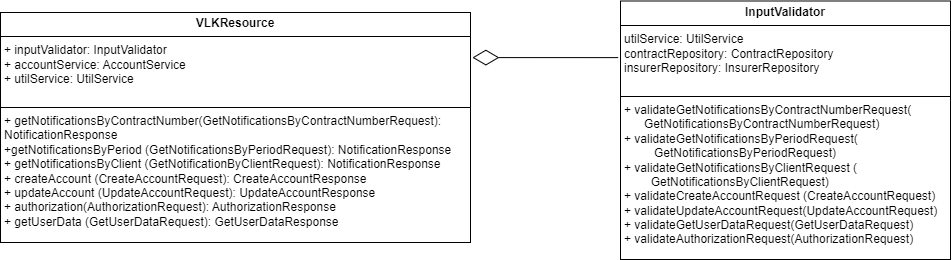
Earlier version of the draw.io export src/main/resources/documentation/Детальная диаграмма классов пакета resource.drawio.png (VladBaton/vlk). Source tidied: cells renumbered, new cells last; positions are measured from the earlier drawing's top-left corner, leaving out a move shared by most shapes.
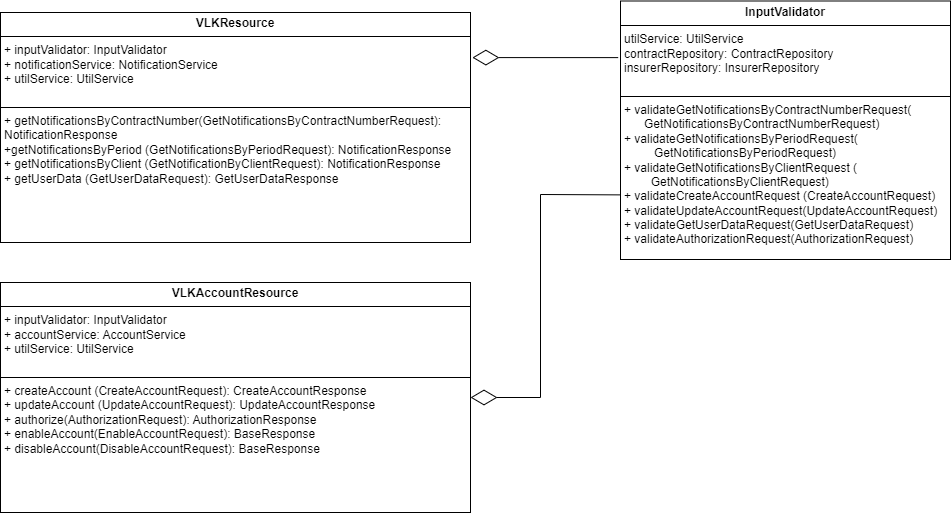
Later version of the same file.

Change to the diagram source:
```diff
@@ -5,11 +5,22 @@
     <mxCell id="2" style="endArrow=diamondThin;endFill=0;endSize=24;html=1;rounded=0;entryX=1.004;entryY=0.196;entryDx=0;entryDy=0;entryPerimeter=0;exitX=-0.007;exitY=0.219;exitDx=0;exitDy=0;exitPerimeter=0;" parent="1" edge="1" source="4" target="3">
       <mxGeometry relative="1" as="geometry" />
     </mxCell>
-    <mxCell id="3" value="&lt;p style=&quot;margin:0px;margin-top:4px;text-align:center;&quot;&gt;&lt;b&gt;VLKResource&lt;/b&gt;&lt;br&gt;&lt;/p&gt;&lt;hr size=&quot;1&quot; style=&quot;border-style:solid;&quot;&gt;&lt;p style=&quot;margin:0px;margin-left:4px;&quot;&gt;+ inputValidator: InputValidator&lt;br&gt;&lt;/p&gt;&lt;p style=&quot;margin:0px;margin-left:4px;&quot;&gt;+ accountService: AccountService&lt;/p&gt;&lt;p style=&quot;margin:0px;margin-left:4px;&quot;&gt;+ utilService: UtilService&lt;/p&gt;&lt;p style=&quot;margin:0px;margin-left:4px;&quot;&gt;&lt;br&gt;&lt;/p&gt;&lt;hr size=&quot;1&quot; style=&quot;border-style:solid;&quot;&gt;&lt;p style=&quot;margin:0px;margin-left:4px;&quot;&gt;+ getNotificationsByContractNumber(GetNotificationsByContractNumberRequest): NotificationResponse&lt;/p&gt;&lt;p style=&quot;margin:0px;margin-left:4px;&quot;&gt;+getNotificationsByPeriod (GetNotificationsByPeriodRequest): NotificationResponse&lt;/p&gt;&lt;p style=&quot;margin:0px;margin-left:4px;&quot;&gt;+ getNotificationsByClient (GetNotificationByClientRequest): NotificationResponse&lt;/p&gt;&lt;p style=&quot;margin:0px;margin-left:4px;&quot;&gt;+ createAccount (CreateAccountRequest): CreateAccountResponse&lt;/p&gt;&lt;p style=&quot;margin:0px;margin-left:4px;&quot;&gt;+ updateAccount (UpdateAccountRequest): UpdateAccountResponse&lt;br&gt;&lt;/p&gt;&lt;p style=&quot;margin:0px;margin-left:4px;&quot;&gt;+ authorization(AuthorizationRequest): AuthorizationResponse&lt;/p&gt;&lt;p style=&quot;margin:0px;margin-left:4px;&quot;&gt;+ getUserData (GetUserDataRequest): GetUserDataResponse&lt;br&gt;&lt;/p&gt;" style="verticalAlign=top;align=left;overflow=fill;html=1;whiteSpace=wrap;" parent="1" vertex="1">
+    <mxCell id="3" value="&lt;p style=&quot;margin:0px;margin-top:4px;text-align:center;&quot;&gt;&lt;b&gt;VLKResource&lt;/b&gt;&lt;br&gt;&lt;/p&gt;&lt;hr size=&quot;1&quot; style=&quot;border-style:solid;&quot;&gt;&lt;p style=&quot;margin:0px;margin-left:4px;&quot;&gt;+ inputValidator: InputValidator&lt;br&gt;&lt;/p&gt;&lt;p style=&quot;margin:0px;margin-left:4px;&quot;&gt;+ notificationService: NotificationService&lt;/p&gt;&lt;p style=&quot;margin:0px;margin-left:4px;&quot;&gt;+ utilService: UtilService&lt;/p&gt;&lt;p style=&quot;margin:0px;margin-left:4px;&quot;&gt;&lt;br&gt;&lt;/p&gt;&lt;hr size=&quot;1&quot; style=&quot;border-style:solid;&quot;&gt;&lt;p style=&quot;margin:0px;margin-left:4px;&quot;&gt;+ getNotificationsByContractNumber(GetNotificationsByContractNumberRequest): NotificationResponse&lt;/p&gt;&lt;p style=&quot;margin:0px;margin-left:4px;&quot;&gt;+getNotificationsByPeriod (GetNotificationsByPeriodRequest): NotificationResponse&lt;/p&gt;&lt;p style=&quot;margin:0px;margin-left:4px;&quot;&gt;+ getNotificationsByClient (GetNotificationByClientRequest): NotificationResponse&lt;/p&gt;&lt;p style=&quot;margin:0px;margin-left:4px;&quot;&gt;+ getUserData (GetUserDataRequest): GetUserDataResponse&lt;br&gt;&lt;/p&gt;" style="verticalAlign=top;align=left;overflow=fill;html=1;whiteSpace=wrap;" parent="1" vertex="1">
       <mxGeometry y="12" width="470" height="230" as="geometry" />
     </mxCell>
     <mxCell id="4" value="&lt;p style=&quot;margin:0px;margin-top:4px;text-align:center;&quot;&gt;&lt;b&gt;InputValidator&lt;/b&gt;&lt;br&gt;&lt;/p&gt;&lt;hr size=&quot;1&quot; style=&quot;border-style:solid;&quot;&gt;&lt;p style=&quot;margin:0px;margin-left:4px;&quot;&gt;utilService: UtilService&lt;br&gt;contractRepository: ContractRepository&lt;/p&gt;&lt;p style=&quot;margin:0px;margin-left:4px;&quot;&gt;insurerRepository: InsurerRepository&lt;/p&gt;&lt;p style=&quot;margin:0px;margin-left:4px;&quot;&gt;&lt;br&gt;&lt;/p&gt;&lt;hr size=&quot;1&quot; style=&quot;border-style:solid;&quot;&gt;&lt;p style=&quot;margin:0px;margin-left:4px;&quot;&gt;+&amp;nbsp;validateGetNotificationsByContractNumberRequest(&lt;/p&gt;&lt;p style=&quot;margin:0px;margin-left:4px;&quot;&gt;&amp;nbsp; &amp;nbsp; &amp;nbsp;&lt;span style=&quot;&quot;&gt;&lt;span style=&quot;&quot;&gt;&amp;nbsp;&lt;/span&gt;&lt;/span&gt;GetNotificationsByContractNumberRequest)&lt;/p&gt;&lt;p style=&quot;margin:0px;margin-left:4px;&quot;&gt;+&amp;nbsp;validateGetNotificationsByPeriodRequest(&lt;/p&gt;&lt;p style=&quot;margin:0px;margin-left:4px;&quot;&gt;&amp;nbsp; &amp;nbsp; &amp;nbsp; &amp;nbsp; &amp;nbsp;GetNotificationsByPeriodRequest&lt;span style=&quot;background-color: initial;&quot;&gt;)&lt;/span&gt;&lt;/p&gt;&lt;p style=&quot;margin:0px;margin-left:4px;&quot;&gt;&lt;span style=&quot;background-color: initial;&quot;&gt;+&amp;nbsp;&lt;/span&gt;validateGetNotificationsByClientRequest (&lt;/p&gt;&lt;p style=&quot;margin:0px;margin-left:4px;&quot;&gt;&amp;nbsp; &amp;nbsp; &amp;nbsp; &amp;nbsp;&amp;nbsp;GetNotificationsByClientRequest)&lt;/p&gt;&lt;p style=&quot;margin:0px;margin-left:4px;&quot;&gt;+&amp;nbsp;validateCreateAccountRequest (CreateAccountRequest)&lt;/p&gt;&lt;p style=&quot;margin:0px;margin-left:4px;&quot;&gt;+&amp;nbsp;validateUpdateAccountRequest(UpdateAccountRequest)&lt;/p&gt;&lt;p style=&quot;margin:0px;margin-left:4px;&quot;&gt;+&amp;nbsp;validateGetUserDataRequest(GetUserDataRequest)&lt;/p&gt;&lt;p style=&quot;margin:0px;margin-left:4px;&quot;&gt;+&amp;nbsp;validateAuthorizationRequest(AuthorizationRequest)&lt;/p&gt;" style="verticalAlign=top;align=left;overflow=fill;html=1;whiteSpace=wrap;" parent="1" vertex="1">
       <mxGeometry x="620" y="0.5" width="330" height="258.5" as="geometry" />
     </mxCell>
+    <mxCell id="5" value="&lt;p style=&quot;margin:0px;margin-top:4px;text-align:center;&quot;&gt;&lt;b&gt;VLKAccountResource&lt;/b&gt;&lt;br&gt;&lt;/p&gt;&lt;hr size=&quot;1&quot; style=&quot;border-style:solid;&quot;&gt;&lt;p style=&quot;margin:0px;margin-left:4px;&quot;&gt;+ inputValidator: InputValidator&lt;br&gt;&lt;/p&gt;&lt;p style=&quot;margin:0px;margin-left:4px;&quot;&gt;+ accountService: AccountService&lt;/p&gt;&lt;p style=&quot;margin:0px;margin-left:4px;&quot;&gt;+ utilService: UtilService&lt;/p&gt;&lt;p style=&quot;margin:0px;margin-left:4px;&quot;&gt;&lt;br&gt;&lt;/p&gt;&lt;hr size=&quot;1&quot; style=&quot;border-style:solid;&quot;&gt;&lt;p style=&quot;border-color: var(--border-color); margin: 0px 0px 0px 4px;&quot;&gt;+ createAccount (CreateAccountRequest): CreateAccountResponse&lt;/p&gt;&lt;p style=&quot;border-color: var(--border-color); margin: 0px 0px 0px 4px;&quot;&gt;+ updateAccount (UpdateAccountRequest): UpdateAccountResponse&lt;br style=&quot;border-color: var(--border-color);&quot;&gt;&lt;/p&gt;&lt;p style=&quot;border-color: var(--border-color); margin: 0px 0px 0px 4px;&quot;&gt;+ authorize(AuthorizationRequest): AuthorizationResponse&lt;/p&gt;&lt;p style=&quot;border-color: var(--border-color); margin: 0px 0px 0px 4px;&quot;&gt;+ enableAccount(EnableAccountRequest): BaseResponse&lt;/p&gt;&lt;p style=&quot;border-color: var(--border-color); margin: 0px 0px 0px 4px;&quot;&gt;+ disableAccount(DisableAccountRequest): BaseResponse&lt;/p&gt;" style="verticalAlign=top;align=left;overflow=fill;html=1;whiteSpace=wrap;" parent="1" vertex="1">
+      <mxGeometry y="282" width="470" height="230" as="geometry" />
+    </mxCell>
+    <mxCell id="6" style="endArrow=diamondThin;endFill=0;endSize=24;html=1;rounded=0;exitX=0;exitY=0.75;exitDx=0;exitDy=0;entryX=1;entryY=0.5;entryDx=0;entryDy=0;" parent="1" edge="1" source="4" target="5">
+      <mxGeometry relative="1" as="geometry">
+        <Array as="points">
+          <mxPoint x="540" y="194" />
+          <mxPoint x="540" y="397" />
+        </Array>
+      </mxGeometry>
+    </mxCell>
   </root>
 </mxGraphModel>
```
